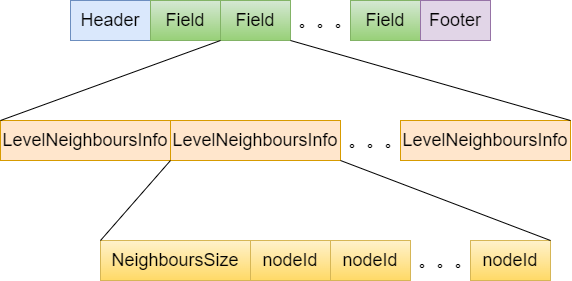
The draw.io diagram .settings/vex向量索引文件结构.drawio.png in zjcDM/MRMD, before a commit. Source tidied: cells renumbered, new cells last; positions are measured from the earlier drawing's top-left corner, leaving out a move shared by most shapes.
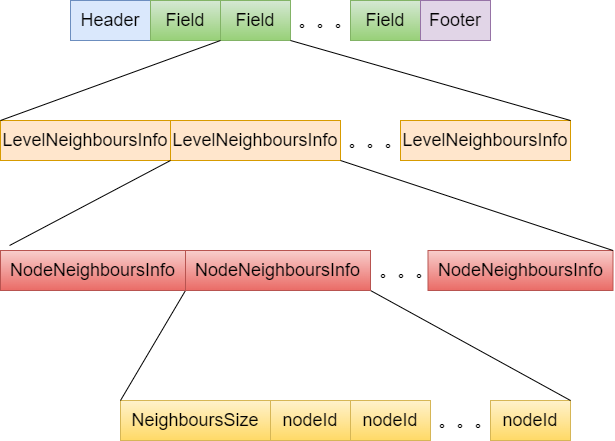
Later version of the same file.

Commit message:
更新vex向量索引文件结构.drawio.png

What changed in the source:
```diff
@@ -24,16 +24,16 @@
       <mxGeometry y="120" width="170" height="40" as="geometry" />
     </mxCell>
     <mxCell id="9" value="&lt;span style=&quot;font-size: 18px&quot;&gt;NeighboursSize&lt;/span&gt;" style="rounded=0;whiteSpace=wrap;html=1;fillColor=#fff2cc;strokeColor=#d6b656;gradientColor=#ffd966;" parent="1" vertex="1">
-      <mxGeometry x="100" y="240" width="150" height="40" as="geometry" />
+      <mxGeometry x="120" y="400" width="150" height="40" as="geometry" />
     </mxCell>
     <mxCell id="10" value="&lt;font style=&quot;font-size: 18px&quot;&gt;nodeId&lt;/font&gt;" style="rounded=0;whiteSpace=wrap;html=1;fillColor=#fff2cc;strokeColor=#d6b656;gradientColor=#ffd966;" parent="1" vertex="1">
-      <mxGeometry x="250" y="240" width="80" height="40" as="geometry" />
+      <mxGeometry x="270" y="400" width="80" height="40" as="geometry" />
     </mxCell>
     <mxCell id="11" value="&lt;span style=&quot;font-size: 18px&quot;&gt;nodeId&lt;/span&gt;" style="rounded=0;whiteSpace=wrap;html=1;fillColor=#fff2cc;strokeColor=#d6b656;gradientColor=#ffd966;" parent="1" vertex="1">
-      <mxGeometry x="330" y="240" width="80" height="40" as="geometry" />
+      <mxGeometry x="350" y="400" width="80" height="40" as="geometry" />
     </mxCell>
     <mxCell id="12" value="&lt;span style=&quot;font-size: 18px&quot;&gt;nodeId&lt;/span&gt;" style="rounded=0;whiteSpace=wrap;html=1;fillColor=#fff2cc;strokeColor=#d6b656;gradientColor=#ffd966;" parent="1" vertex="1">
-      <mxGeometry x="470" y="240" width="80" height="40" as="geometry" />
+      <mxGeometry x="490" y="400" width="80" height="40" as="geometry" />
     </mxCell>
     <mxCell id="13" value="&lt;font style=&quot;font-size: 18px&quot;&gt;。。。&lt;/font&gt;" style="text;html=1;align=center;verticalAlign=middle;strokeColor=none;fillColor=none;" parent="1" vertex="1">
       <mxGeometry x="340" y="130" width="70" height="20" as="geometry" />
@@ -54,18 +54,36 @@
         <mxPoint x="290" y="40" as="targetPoint" />
       </mxGeometry>
     </mxCell>
-    <mxCell id="18" style="endArrow=none;html=1;rounded=0;exitX=0;exitY=0;exitDx=0;exitDy=0;" parent="1" edge="1" source="9">
-      <mxGeometry relative="1" as="geometry">
-        <mxPoint x="170" y="160" as="targetPoint" />
-      </mxGeometry>
+    <mxCell id="18" style="endArrow=none;html=1;rounded=0;exitX=0;exitY=0;exitDx=0;exitDy=0;entryX=0;entryY=1;entryDx=0;entryDy=0;" parent="1" edge="1" source="9" target="22">
+      <mxGeometry relative="1" as="geometry" />
     </mxCell>
-    <mxCell id="19" style="endArrow=none;html=1;rounded=0;exitX=1;exitY=0;exitDx=0;exitDy=0;" parent="1" edge="1" source="12">
-      <mxGeometry relative="1" as="geometry">
-        <mxPoint x="340" y="160" as="targetPoint" />
-      </mxGeometry>
+    <mxCell id="19" style="endArrow=none;html=1;rounded=0;exitX=1;exitY=0;exitDx=0;exitDy=0;entryX=1;entryY=1;entryDx=0;entryDy=0;" parent="1" edge="1" source="12" target="22">
+      <mxGeometry relative="1" as="geometry" />
     </mxCell>
     <mxCell id="20" value="&lt;font style=&quot;font-size: 18px&quot;&gt;。。。&lt;/font&gt;" style="text;html=1;align=center;verticalAlign=middle;strokeColor=none;fillColor=none;" parent="1" vertex="1">
-      <mxGeometry x="410" y="250" width="70" height="20" as="geometry" />
+      <mxGeometry x="430" y="410" width="70" height="20" as="geometry" />
     </mxCell>
+    <mxCell id="21" value="&lt;font style=&quot;font-size: 18px&quot;&gt;NodeNeighboursInfo&lt;/font&gt;" style="rounded=0;whiteSpace=wrap;html=1;fillColor=#f8cecc;strokeColor=#b85450;gradientColor=#ea6b66;" parent="1" vertex="1">
+      <mxGeometry y="250" width="185" height="40" as="geometry" />
+    </mxCell>
+    <mxCell id="22" value="&lt;font style=&quot;font-size: 18px&quot;&gt;NodeNeighboursInfo&lt;/font&gt;" style="rounded=0;whiteSpace=wrap;html=1;fillColor=#f8cecc;strokeColor=#b85450;gradientColor=#ea6b66;" parent="1" vertex="1">
+      <mxGeometry x="185" y="250" width="185" height="40" as="geometry" />
+    </mxCell>
+    <mxCell id="23" value="&lt;font style=&quot;font-size: 18px&quot;&gt;NodeNeighboursInfo&lt;/font&gt;" style="rounded=0;whiteSpace=wrap;html=1;fillColor=#f8cecc;strokeColor=#b85450;gradientColor=#ea6b66;" parent="1" vertex="1">
+      <mxGeometry x="427.5" y="250" width="185" height="40" as="geometry" />
+    </mxCell>
+    <mxCell id="24" value="&lt;font style=&quot;font-size: 18px&quot;&gt;。。。&lt;/font&gt;" style="text;html=1;align=center;verticalAlign=middle;strokeColor=none;fillColor=none;" parent="1" vertex="1">
+      <mxGeometry x="371" y="260" width="70" height="20" as="geometry" />
+    </mxCell>
+    <mxCell id="25" style="endArrow=none;html=1;rounded=0;exitX=0.049;exitY=-0.125;exitDx=0;exitDy=0;exitPerimeter=0;" parent="1" edge="1" source="21">
+      <mxGeometry relative="1" as="geometry">
+        <mxPoint x="170" y="160" as="targetPoint" />
+      </mxGeometry>
+    </mxCell>
+    <mxCell id="26" style="endArrow=none;html=1;rounded=0;exitX=1;exitY=0;exitDx=0;exitDy=0;" parent="1" edge="1" source="23">
+      <mxGeometry relative="1" as="geometry">
+        <mxPoint x="340" y="160" as="targetPoint" />
+      </mxGeometry>
+    </mxCell>
   </root>
 </mxGraphModel>
```
